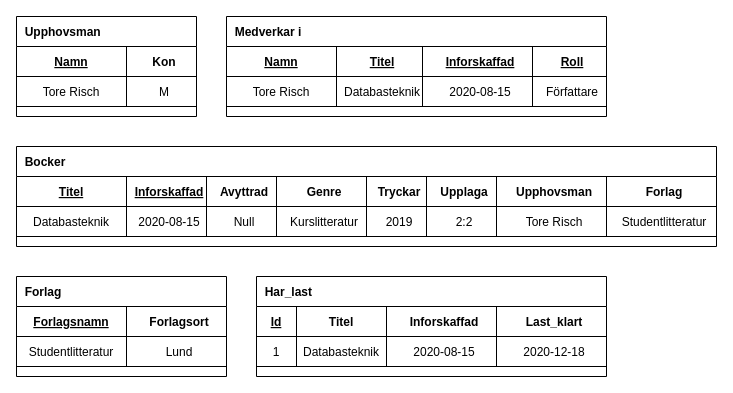
This is page "Tabellschema" (2 of 2) of Boksamling.drawio from Ingelisun/ERmodels, a draw.io file, before an edit. Source tidied: cells renumbered, new cells numbered last; positions are measured from the earlier drawing's top-left corner, leaving out a move shared by most shapes. Both pictures are drawn from the tidied source at 100%, with x=0, y=0 at pixel (16, 16).
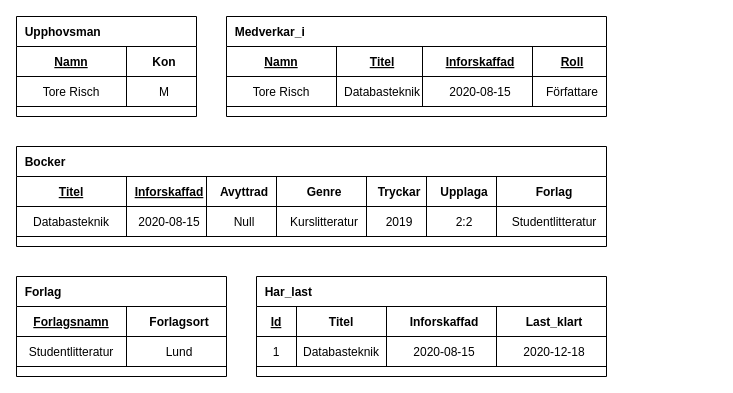
The same page after the edit.

Change to the diagram source:
```diff
@@
     <mxCell id="9" value="  Bocker" style="shape=table;startSize=30;childLayout=tableLayout;rowLines=0;fontStyle=1;align=left;" parent="1" vertex="1">
-      <mxGeometry y="130" width="700" height="100" as="geometry" />
+      <mxGeometry y="130" width="590" height="100" as="geometry" />
     </mxCell>
     <mxCell id="10" style="shape=partialRectangle;fillColor=none;top=0;left=0;bottom=1;right=0;" parent="9" vertex="1">
-      <mxGeometry y="30" width="700" height="30" as="geometry" />
+      <mxGeometry y="30" width="590" height="30" as="geometry" />
     </mxCell>
@@
-    <mxCell id="17" value="Upphovsman" style="shape=partialRectangle;fillColor=none;top=0;left=0;bottom=0;right=0;align=center;spacingLeft=6;fontStyle=1;overflow=hidden;" parent="10" vertex="1">
-      <mxGeometry x="480" width="110" height="30" as="geometry" />
-    </mxCell>
     <mxCell id="18" value="Forlag" style="shape=partialRectangle;fillColor=none;top=0;left=0;bottom=0;right=0;align=center;spacingLeft=6;fontStyle=1;overflow=hidden;" parent="10" vertex="1">
-      <mxGeometry x="590" width="110" height="30" as="geometry" />
+      <mxGeometry x="480" width="110" height="30" as="geometry" />
     </mxCell>
     <mxCell id="19" style="shape=partialRectangle;fillColor=none;top=0;left=0;bottom=1;right=0;" parent="9" vertex="1">
-      <mxGeometry y="60" width="700" height="30" as="geometry" />
+      <mxGeometry y="60" width="590" height="30" as="geometry" />
     </mxCell>
@@
-    <mxCell id="26" value="Tore Risch" style="shape=partialRectangle;fillColor=none;top=0;left=0;bottom=0;right=0;align=center;spacingLeft=6;fontStyle=0;overflow=hidden;" parent="19" vertex="1">
-      <mxGeometry x="480" width="110" height="30" as="geometry" />
-    </mxCell>
     <mxCell id="27" value="Studentlitteratur" style="shape=partialRectangle;fillColor=none;top=0;left=0;bottom=0;right=0;align=center;spacingLeft=6;fontStyle=0;overflow=hidden;" parent="19" vertex="1">
-      <mxGeometry x="590" width="110" height="30" as="geometry" />
+      <mxGeometry x="480" width="110" height="30" as="geometry" />
     </mxCell>
-    <mxCell id="28" value="  Medverkar i" style="shape=table;startSize=30;childLayout=tableLayout;rowLines=0;fontStyle=1;align=left;" parent="1" vertex="1">
+    <mxCell id="28" value="  Medverkar_i" style="shape=table;startSize=30;childLayout=tableLayout;rowLines=0;fontStyle=1;align=left;" parent="1" vertex="1">
       <mxGeometry x="210" width="380" height="100" as="geometry" />
     </mxCell>
```
